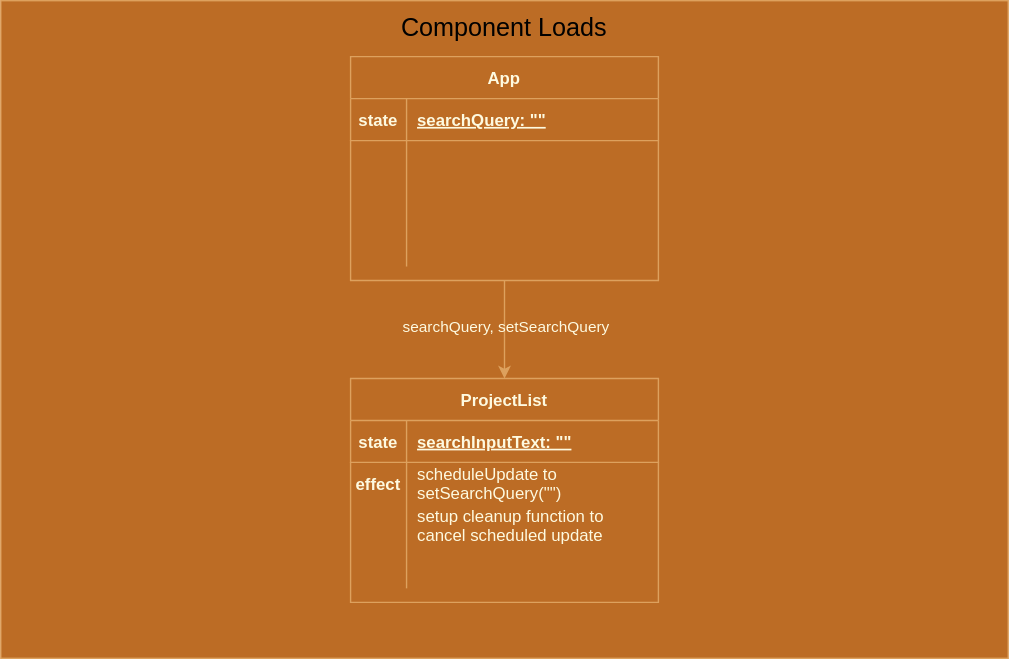
The draw.io diagram 05_side_effects_and_data_fetching/assets/cleanup-diagram-1.drawio.svg in learn-co-students/SENG-LIVE-082922-phase-2-react, before a commit. Source tidied: cells renumbered, new cells last; positions are measured from the earlier drawing's top-left corner, leaving out a move shared by most shapes.
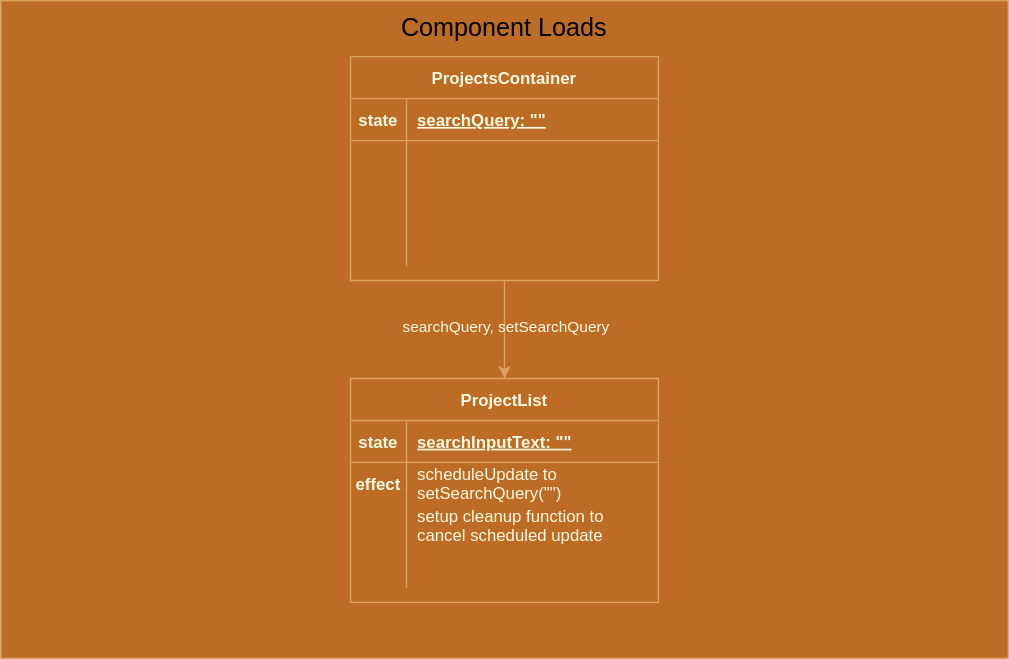
The same file after the commit.

Diff of the diagram source:
```diff
@@ -11,7 +11,7 @@
     <mxCell id="4" value="searchQuery, setSearchQuery" style="edgeLabel;html=1;align=center;verticalAlign=middle;labelBackgroundColor=none;fontColor=#FEFAE0;" parent="3" vertex="1">
       <mxGeometry x="-0.08" relative="1" as="geometry" />
     </mxCell>
-    <mxCell id="5" value="App" style="shape=table;startSize=30;rowLines=0;fontStyle=1;align=center;fillColor=#BC6C25;strokeColor=#DDA15E;fontColor=#FEFAE0;" parent="1" vertex="1">
+    <mxCell id="5" value="ProjectsContainer" style="shape=table;startSize=30;rowLines=0;fontStyle=1;align=center;fillColor=#BC6C25;strokeColor=#DDA15E;fontColor=#FEFAE0;" parent="1" vertex="1">
       <mxGeometry x="250" y="40" width="220" height="160" as="geometry" />
     </mxCell>
     <mxCell id="6" style="shape=partialRectangle;fillColor=none;top=0;left=0;bottom=1;right=0;strokeColor=#DDA15E;fontColor=#FEFAE0;" parent="5" vertex="1">
```
